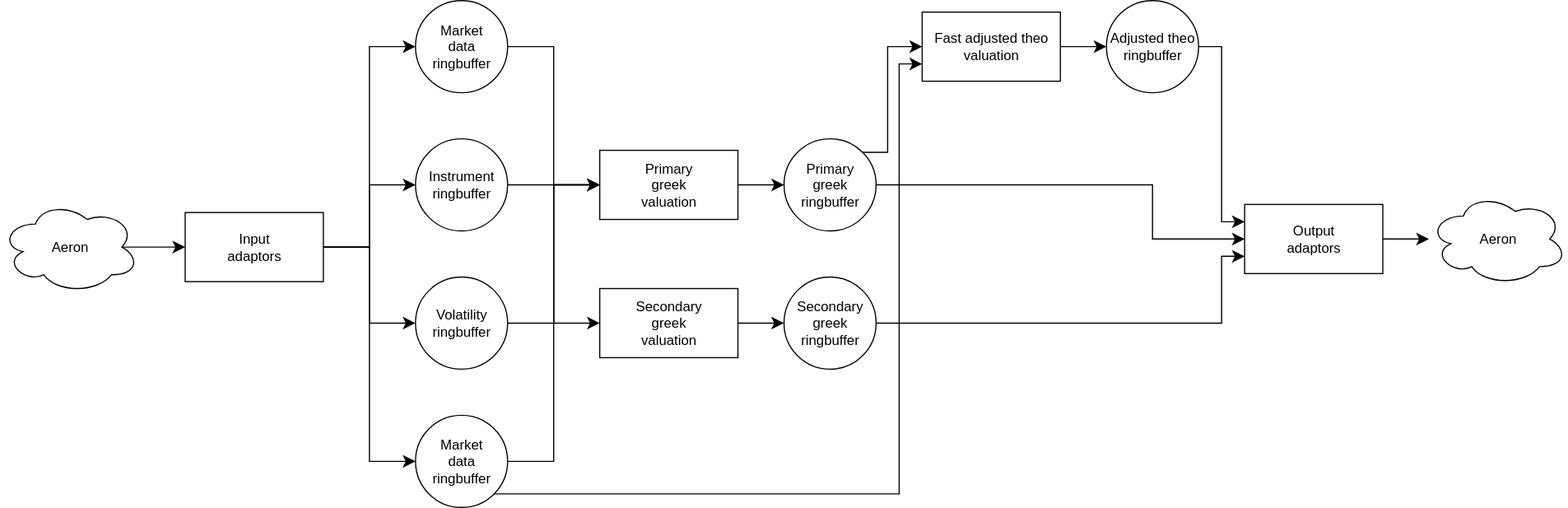
Above: derivativepricer/derivativepricer.drawio.svg in Andyckp/common (draw.io), before the change. Source tidied: cells renumbered, new cells last; positions are measured from the earlier drawing's top-left corner, leaving out a move shared by most shapes. Source of this version:
```xml
<mxGraphModel>
  <root>
    <mxCell id="0" />
    <mxCell id="1" parent="0" />
    <mxCell id="2" value="Aeron" style="ellipse;shape=cloud;whiteSpace=wrap;html=1;" parent="1" vertex="1">
      <mxGeometry y="174" width="120" height="80" as="geometry" />
    </mxCell>
    <mxCell id="3" value="Market&lt;div&gt;data&lt;/div&gt;&lt;div&gt;ringbuffer&lt;/div&gt;" style="ellipse;whiteSpace=wrap;html=1;" parent="1" vertex="1">
      <mxGeometry x="360" width="80" height="80" as="geometry" />
    </mxCell>
    <mxCell id="4" value="Instrument&lt;div&gt;ringbuffer&lt;/div&gt;" style="ellipse;whiteSpace=wrap;html=1;" parent="1" vertex="1">
      <mxGeometry x="360" y="120" width="80" height="80" as="geometry" />
    </mxCell>
    <mxCell id="5" value="Volatility&lt;div&gt;ringbuffer&lt;/div&gt;" style="ellipse;whiteSpace=wrap;html=1;" parent="1" vertex="1">
      <mxGeometry x="360" y="240" width="80" height="80" as="geometry" />
    </mxCell>
    <mxCell id="6" value="Market&lt;div&gt;data&lt;/div&gt;&lt;div&gt;ringbuffer&lt;/div&gt;" style="ellipse;whiteSpace=wrap;html=1;" parent="1" vertex="1">
      <mxGeometry x="360" y="360" width="80" height="80" as="geometry" />
    </mxCell>
    <mxCell id="7" value="Primary&lt;div&gt;greek&lt;/div&gt;&lt;div&gt;valuation&lt;/div&gt;" style="rounded=0;whiteSpace=wrap;html=1;" parent="1" vertex="1">
      <mxGeometry x="520" y="130" width="120" height="60" as="geometry" />
    </mxCell>
    <mxCell id="8" value="Secondary&lt;br&gt;&lt;div&gt;greek&lt;/div&gt;&lt;div&gt;valuation&lt;/div&gt;" style="rounded=0;whiteSpace=wrap;html=1;" parent="1" vertex="1">
      <mxGeometry x="520" y="250" width="120" height="60" as="geometry" />
    </mxCell>
    <mxCell id="9" style="edgeStyle=elbowEdgeStyle;elbow=horizontal;endArrow=classic;html=1;curved=0;rounded=0;endSize=8;startSize=8;exitX=1;exitY=0.5;exitDx=0;exitDy=0;entryX=0;entryY=0.5;entryDx=0;entryDy=0;" parent="1" edge="1" source="3" target="7">
      <mxGeometry relative="1" as="geometry" />
    </mxCell>
    <mxCell id="10" style="edgeStyle=elbowEdgeStyle;elbow=horizontal;endArrow=classic;html=1;curved=0;rounded=0;endSize=8;startSize=8;exitX=1;exitY=0.5;exitDx=0;exitDy=0;entryX=0;entryY=0.5;entryDx=0;entryDy=0;" parent="1" edge="1" source="6" target="7">
      <mxGeometry relative="1" as="geometry" />
    </mxCell>
    <mxCell id="11" style="edgeStyle=elbowEdgeStyle;elbow=horizontal;endArrow=classic;html=1;curved=0;rounded=0;endSize=8;startSize=8;entryX=0;entryY=0.5;entryDx=0;entryDy=0;" parent="1" edge="1" source="4" target="8">
      <mxGeometry relative="1" as="geometry" />
    </mxCell>
    <mxCell id="12" style="edgeStyle=elbowEdgeStyle;elbow=horizontal;endArrow=classic;html=1;curved=0;rounded=0;endSize=8;startSize=8;exitX=1;exitY=0.5;exitDx=0;exitDy=0;" parent="1" edge="1" source="5" target="7">
      <mxGeometry relative="1" as="geometry" />
    </mxCell>
    <mxCell id="13" value="Input&lt;div&gt;adaptors&lt;/div&gt;" style="rounded=0;whiteSpace=wrap;html=1;" parent="1" vertex="1">
      <mxGeometry x="160" y="184" width="120" height="60" as="geometry" />
    </mxCell>
    <mxCell id="14" style="edgeStyle=elbowEdgeStyle;elbow=horizontal;endArrow=classic;html=1;curved=0;rounded=0;endSize=8;startSize=8;exitX=0.875;exitY=0.5;exitDx=0;exitDy=0;exitPerimeter=0;entryX=0;entryY=0.5;entryDx=0;entryDy=0;" parent="1" edge="1" source="2" target="13">
      <mxGeometry relative="1" as="geometry" />
    </mxCell>
    <mxCell id="15" style="edgeStyle=elbowEdgeStyle;elbow=horizontal;endArrow=classic;html=1;curved=0;rounded=0;endSize=8;startSize=8;exitX=1;exitY=0.5;exitDx=0;exitDy=0;" parent="1" edge="1" source="13" target="3">
      <mxGeometry relative="1" as="geometry" />
    </mxCell>
    <mxCell id="16" style="edgeStyle=elbowEdgeStyle;elbow=horizontal;endArrow=classic;html=1;curved=0;rounded=0;endSize=8;startSize=8;exitX=1;exitY=0.5;exitDx=0;exitDy=0;" parent="1" edge="1" source="13" target="6">
      <mxGeometry relative="1" as="geometry" />
    </mxCell>
    <mxCell id="17" style="edgeStyle=elbowEdgeStyle;elbow=horizontal;endArrow=classic;html=1;curved=0;rounded=0;endSize=8;startSize=8;exitX=1;exitY=0.5;exitDx=0;exitDy=0;" parent="1" edge="1" source="13" target="4">
      <mxGeometry relative="1" as="geometry" />
    </mxCell>
    <mxCell id="18" style="edgeStyle=elbowEdgeStyle;elbow=horizontal;endArrow=classic;html=1;curved=0;rounded=0;endSize=8;startSize=8;exitX=1;exitY=0.5;exitDx=0;exitDy=0;" parent="1" edge="1" source="13" target="5">
      <mxGeometry relative="1" as="geometry" />
    </mxCell>
    <mxCell id="19" value="Primary&lt;div&gt;greek&lt;/div&gt;&lt;div&gt;ringbuffer&lt;/div&gt;" style="ellipse;whiteSpace=wrap;html=1;" parent="1" vertex="1">
      <mxGeometry x="680" y="120" width="80" height="80" as="geometry" />
    </mxCell>
    <mxCell id="20" value="Secondary&lt;br&gt;&lt;div&gt;greek&lt;/div&gt;&lt;div&gt;ringbuffer&lt;/div&gt;" style="ellipse;whiteSpace=wrap;html=1;" parent="1" vertex="1">
      <mxGeometry x="680" y="240" width="80" height="80" as="geometry" />
    </mxCell>
    <mxCell id="21" style="edgeStyle=elbowEdgeStyle;elbow=horizontal;endArrow=classic;html=1;curved=0;rounded=0;endSize=8;startSize=8;exitX=1;exitY=0.5;exitDx=0;exitDy=0;entryX=0;entryY=0.5;entryDx=0;entryDy=0;" parent="1" edge="1" source="7" target="19">
      <mxGeometry relative="1" as="geometry" />
    </mxCell>
    <mxCell id="22" style="edgeStyle=elbowEdgeStyle;elbow=horizontal;endArrow=classic;html=1;curved=0;rounded=0;endSize=8;startSize=8;exitX=1;exitY=0.5;exitDx=0;exitDy=0;entryX=0;entryY=0.5;entryDx=0;entryDy=0;" parent="1" edge="1" source="8" target="20">
      <mxGeometry relative="1" as="geometry" />
    </mxCell>
    <mxCell id="23" value="Fast adjusted theo valuation" style="rounded=0;whiteSpace=wrap;html=1;" parent="1" vertex="1">
      <mxGeometry x="800" y="10" width="120" height="60" as="geometry" />
    </mxCell>
    <mxCell id="24" style="edgeStyle=elbowEdgeStyle;elbow=horizontal;endArrow=classic;html=1;curved=0;rounded=0;endSize=8;startSize=8;exitX=1;exitY=0;exitDx=0;exitDy=0;entryX=0;entryY=0.5;entryDx=0;entryDy=0;" parent="1" edge="1" source="19" target="23">
      <mxGeometry relative="1" as="geometry">
        <Array as="points">
          <mxPoint x="770" y="99" />
        </Array>
      </mxGeometry>
    </mxCell>
    <mxCell id="25" style="edgeStyle=elbowEdgeStyle;elbow=horizontal;endArrow=classic;html=1;curved=0;rounded=0;endSize=8;startSize=8;exitX=1;exitY=1;exitDx=0;exitDy=0;entryX=0;entryY=0.75;entryDx=0;entryDy=0;" parent="1" edge="1" source="6" target="23">
      <mxGeometry relative="1" as="geometry">
        <Array as="points">
          <mxPoint x="780" y="296" />
        </Array>
      </mxGeometry>
    </mxCell>
    <mxCell id="26" value="Adjusted theo ringbuffer" style="ellipse;whiteSpace=wrap;html=1;" parent="1" vertex="1">
      <mxGeometry x="960" width="80" height="80" as="geometry" />
    </mxCell>
    <mxCell id="27" style="edgeStyle=elbowEdgeStyle;elbow=horizontal;endArrow=classic;html=1;curved=0;rounded=0;endSize=8;startSize=8;exitX=1;exitY=0.5;exitDx=0;exitDy=0;entryX=0;entryY=0.5;entryDx=0;entryDy=0;" parent="1" edge="1" source="23" target="26">
      <mxGeometry relative="1" as="geometry" />
    </mxCell>
    <mxCell id="28" value="Output&lt;div&gt;adaptors&lt;/div&gt;" style="rounded=0;whiteSpace=wrap;html=1;" parent="1" vertex="1">
      <mxGeometry x="1080" y="177" width="120" height="60" as="geometry" />
    </mxCell>
    <mxCell id="29" style="edgeStyle=elbowEdgeStyle;elbow=horizontal;endArrow=classic;html=1;curved=0;rounded=0;endSize=8;startSize=8;entryX=0;entryY=0.25;entryDx=0;entryDy=0;exitX=1;exitY=0.5;exitDx=0;exitDy=0;" parent="1" edge="1" source="26" target="28">
      <mxGeometry relative="1" as="geometry" />
    </mxCell>
    <mxCell id="30" style="edgeStyle=elbowEdgeStyle;elbow=horizontal;endArrow=classic;html=1;curved=0;rounded=0;endSize=8;startSize=8;exitX=1;exitY=0.5;exitDx=0;exitDy=0;entryX=0;entryY=0.75;entryDx=0;entryDy=0;" parent="1" edge="1" source="20" target="28">
      <mxGeometry relative="1" as="geometry">
        <Array as="points">
          <mxPoint x="1060" y="249" />
        </Array>
      </mxGeometry>
    </mxCell>
    <mxCell id="31" style="edgeStyle=elbowEdgeStyle;elbow=horizontal;endArrow=classic;html=1;curved=0;rounded=0;endSize=8;startSize=8;exitX=1;exitY=0.5;exitDx=0;exitDy=0;entryX=0;entryY=0.5;entryDx=0;entryDy=0;" parent="1" edge="1" source="19" target="28">
      <mxGeometry relative="1" as="geometry">
        <Array as="points">
          <mxPoint x="1000" y="179" />
        </Array>
      </mxGeometry>
    </mxCell>
    <mxCell id="32" value="Aeron" style="ellipse;shape=cloud;whiteSpace=wrap;html=1;" parent="1" vertex="1">
      <mxGeometry x="1240" y="167" width="120" height="80" as="geometry" />
    </mxCell>
    <mxCell id="33" style="edgeStyle=elbowEdgeStyle;elbow=horizontal;endArrow=classic;html=1;curved=0;rounded=0;endSize=8;startSize=8;exitX=1;exitY=0.5;exitDx=0;exitDy=0;" parent="1" edge="1" source="28" target="32">
      <mxGeometry relative="1" as="geometry" />
    </mxCell>
  </root>
</mxGraphModel>
```
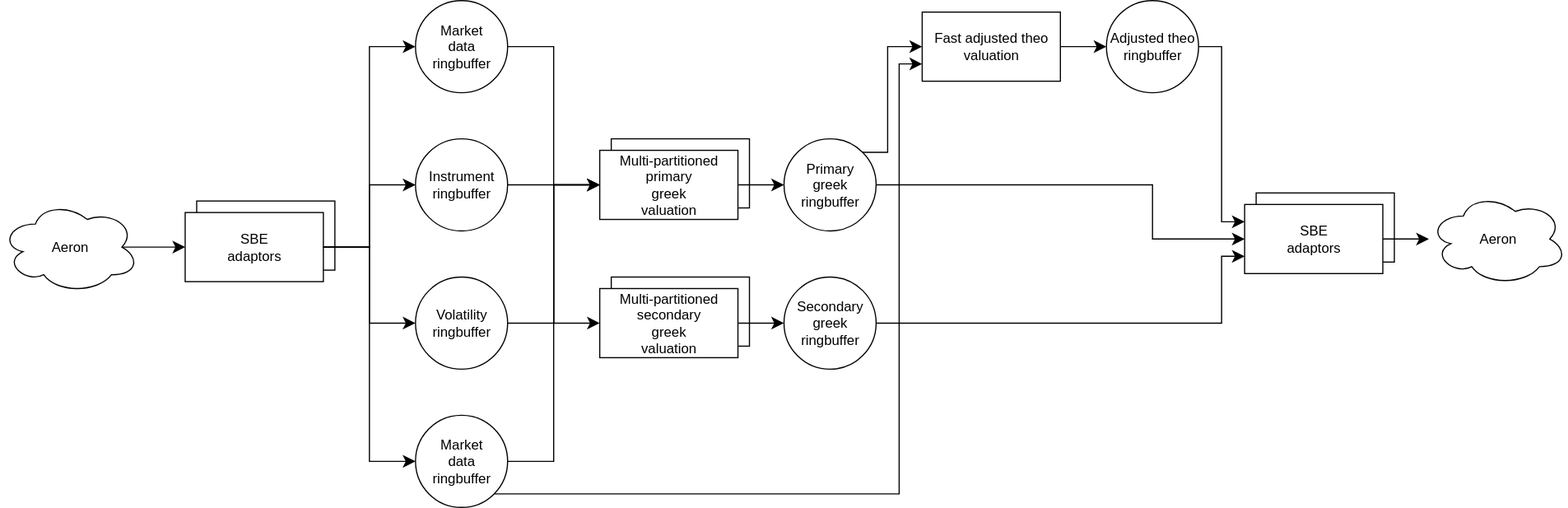
After the commit.

Change to the diagram source:
```diff
@@ -2,6 +2,18 @@
   <root>
     <mxCell id="0" />
     <mxCell id="1" parent="0" />
+    <mxCell id="34" style="rounded=0;whiteSpace=wrap;html=1;" parent="1" vertex="1">
+      <mxGeometry x="530" y="240" width="120" height="60" as="geometry" />
+    </mxCell>
+    <mxCell id="35" style="rounded=0;whiteSpace=wrap;html=1;" parent="1" vertex="1">
+      <mxGeometry x="530" y="120" width="120" height="60" as="geometry" />
+    </mxCell>
+    <mxCell id="36" style="rounded=0;whiteSpace=wrap;html=1;" parent="1" vertex="1">
+      <mxGeometry x="1090" y="167" width="120" height="60" as="geometry" />
+    </mxCell>
+    <mxCell id="37" style="rounded=0;whiteSpace=wrap;html=1;" parent="1" vertex="1">
+      <mxGeometry x="170" y="174" width="120" height="60" as="geometry" />
+    </mxCell>
     <mxCell id="2" value="Aeron" style="ellipse;shape=cloud;whiteSpace=wrap;html=1;" parent="1" vertex="1">
       <mxGeometry y="174" width="120" height="80" as="geometry" />
     </mxCell>
@@ -17,10 +29,10 @@
     <mxCell id="6" value="Market&lt;div&gt;data&lt;/div&gt;&lt;div&gt;ringbuffer&lt;/div&gt;" style="ellipse;whiteSpace=wrap;html=1;" parent="1" vertex="1">
       <mxGeometry x="360" y="360" width="80" height="80" as="geometry" />
     </mxCell>
-    <mxCell id="7" value="Primary&lt;div&gt;greek&lt;/div&gt;&lt;div&gt;valuation&lt;/div&gt;" style="rounded=0;whiteSpace=wrap;html=1;" parent="1" vertex="1">
+    <mxCell id="7" value="Multi-partitioned primary&lt;div&gt;greek&lt;/div&gt;&lt;div&gt;valuation&lt;/div&gt;" style="rounded=0;whiteSpace=wrap;html=1;" parent="1" vertex="1">
       <mxGeometry x="520" y="130" width="120" height="60" as="geometry" />
     </mxCell>
-    <mxCell id="8" value="Secondary&lt;br&gt;&lt;div&gt;greek&lt;/div&gt;&lt;div&gt;valuation&lt;/div&gt;" style="rounded=0;whiteSpace=wrap;html=1;" parent="1" vertex="1">
+    <mxCell id="8" value="Multi-partitioned secondary&lt;br&gt;&lt;div&gt;greek&lt;/div&gt;&lt;div&gt;valuation&lt;/div&gt;" style="rounded=0;whiteSpace=wrap;html=1;" parent="1" vertex="1">
       <mxGeometry x="520" y="250" width="120" height="60" as="geometry" />
     </mxCell>
     <mxCell id="9" style="edgeStyle=elbowEdgeStyle;elbow=horizontal;endArrow=classic;html=1;curved=0;rounded=0;endSize=8;startSize=8;exitX=1;exitY=0.5;exitDx=0;exitDy=0;entryX=0;entryY=0.5;entryDx=0;entryDy=0;" parent="1" edge="1" source="3" target="7">
@@ -35,7 +47,7 @@
     <mxCell id="12" style="edgeStyle=elbowEdgeStyle;elbow=horizontal;endArrow=classic;html=1;curved=0;rounded=0;endSize=8;startSize=8;exitX=1;exitY=0.5;exitDx=0;exitDy=0;" parent="1" edge="1" source="5" target="7">
       <mxGeometry relative="1" as="geometry" />
     </mxCell>
-    <mxCell id="13" value="Input&lt;div&gt;adaptors&lt;/div&gt;" style="rounded=0;whiteSpace=wrap;html=1;" parent="1" vertex="1">
+    <mxCell id="13" value="SBE&lt;div&gt;adaptors&lt;/div&gt;" style="rounded=0;whiteSpace=wrap;html=1;" parent="1" vertex="1">
       <mxGeometry x="160" y="184" width="120" height="60" as="geometry" />
     </mxCell>
     <mxCell id="14" style="edgeStyle=elbowEdgeStyle;elbow=horizontal;endArrow=classic;html=1;curved=0;rounded=0;endSize=8;startSize=8;exitX=0.875;exitY=0.5;exitDx=0;exitDy=0;exitPerimeter=0;entryX=0;entryY=0.5;entryDx=0;entryDy=0;" parent="1" edge="1" source="2" target="13">
@@ -88,7 +100,7 @@
     <mxCell id="27" style="edgeStyle=elbowEdgeStyle;elbow=horizontal;endArrow=classic;html=1;curved=0;rounded=0;endSize=8;startSize=8;exitX=1;exitY=0.5;exitDx=0;exitDy=0;entryX=0;entryY=0.5;entryDx=0;entryDy=0;" parent="1" edge="1" source="23" target="26">
       <mxGeometry relative="1" as="geometry" />
     </mxCell>
-    <mxCell id="28" value="Output&lt;div&gt;adaptors&lt;/div&gt;" style="rounded=0;whiteSpace=wrap;html=1;" parent="1" vertex="1">
+    <mxCell id="28" value="SBE&lt;div&gt;adaptors&lt;/div&gt;" style="rounded=0;whiteSpace=wrap;html=1;" parent="1" vertex="1">
       <mxGeometry x="1080" y="177" width="120" height="60" as="geometry" />
     </mxCell>
     <mxCell id="29" style="edgeStyle=elbowEdgeStyle;elbow=horizontal;endArrow=classic;html=1;curved=0;rounded=0;endSize=8;startSize=8;entryX=0;entryY=0.25;entryDx=0;entryDy=0;exitX=1;exitY=0.5;exitDx=0;exitDy=0;" parent="1" edge="1" source="26" target="28">
```
